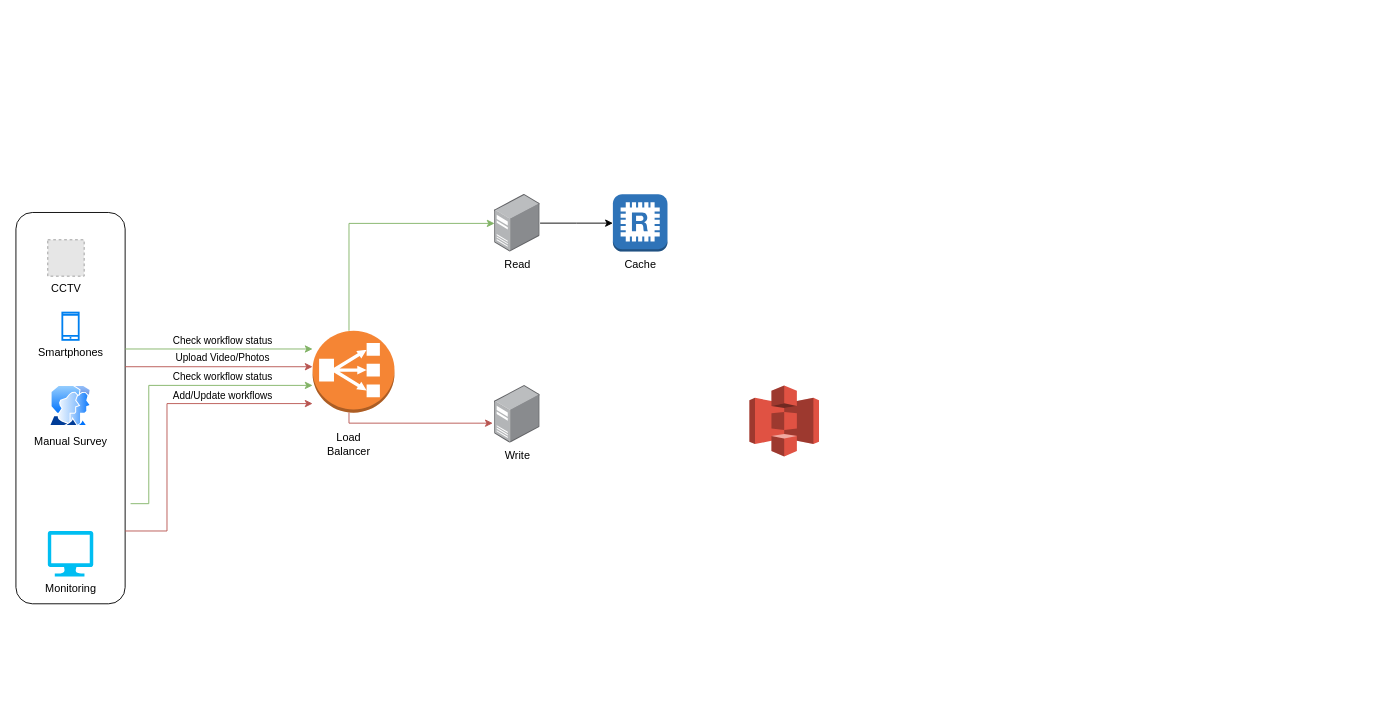
This is Untitled Diagram.drawio from cartmancodes/op-hastinapur, a draw.io file, before an edit. Source tidied: cells renumbered, new cells numbered last; positions are measured from the earlier drawing's top-left corner, leaving out a move shared by most shapes. Both pictures are drawn from the tidied source at 91%, with x=0, y=0 at pixel (15, 194). Pictures stored in the file or linked from it are replaced by grey dashed boxes.
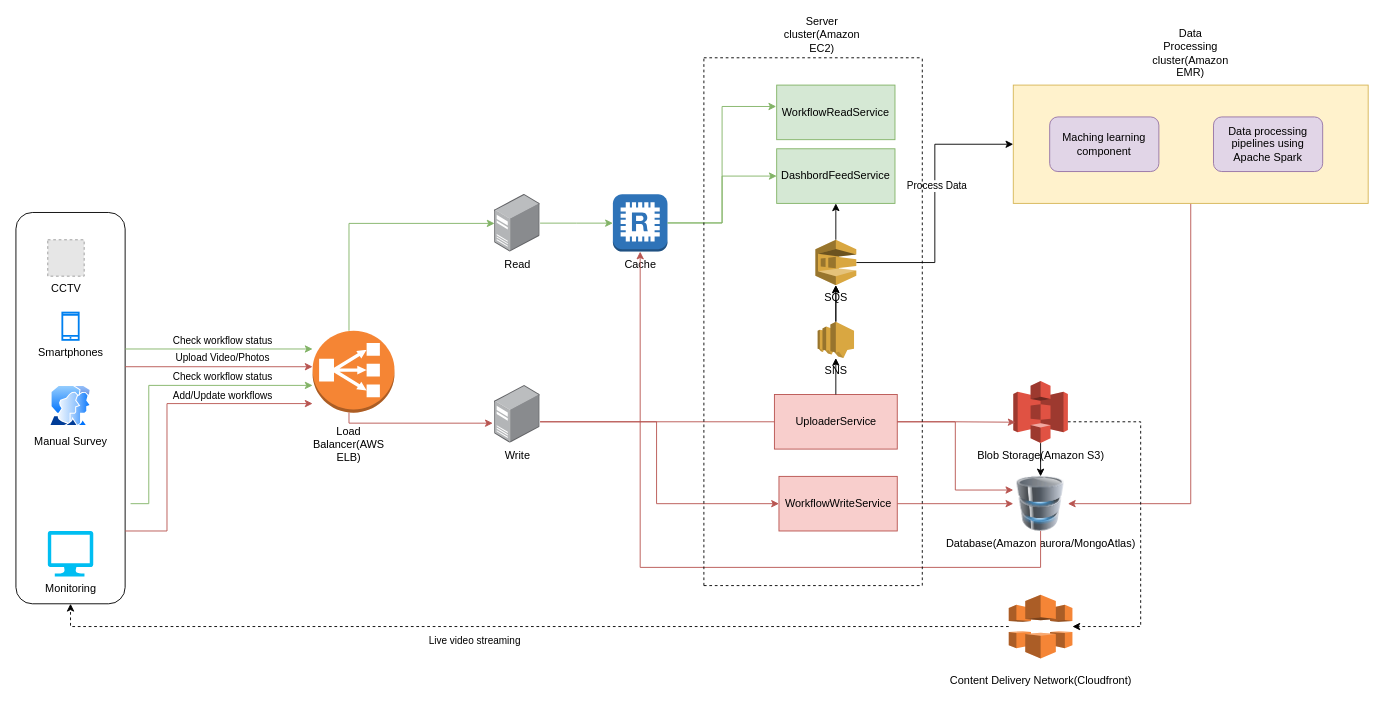
The same page after the edit.

Unchanged cells that the change refers to:
```xml
<mxCell id="4" value="Read" style="image;points=[];html=1;align=center;shadow=0;dashed=0;image=img/lib/allied_telesis/computer_and_terminals/Server_Desktop.svg;" parent="1" vertex="1">
  <mxGeometry x="526" width="50" height="63.4" as="geometry" />
</mxCell>
<mxCell id="5" value="Write" style="image;points=[];html=1;align=center;shadow=0;dashed=0;image=img/lib/allied_telesis/computer_and_terminals/Server_Desktop.svg;" parent="1" vertex="1">
  <mxGeometry x="526" y="210" width="50" height="63.4" as="geometry" />
</mxCell>
<mxCell id="6" value="Cache" style="outlineConnect=0;dashed=0;verticalLabelPosition=bottom;verticalAlign=top;align=center;html=1;shape=mxgraph.aws3.redis;fillColor=#2E73B8;gradientColor=none;" parent="1" vertex="1">
  <mxGeometry x="656" width="60" height="63" as="geometry" />
</mxCell>
<mxCell id="7" style="rounded=1;whiteSpace=wrap;html=1;" parent="1" vertex="1">
  <mxGeometry y="20" width="120" height="430" as="geometry" />
</mxCell>
```

The edit, as a diff of the source:
```diff
@@
-    <mxCell id="3" style="edgeStyle=orthogonalEdgeStyle;rounded=0;jettySize=auto;html=1;" parent="1" edge="1" source="4" target="6">
+    <mxCell id="3" style="edgeStyle=orthogonalEdgeStyle;rounded=0;jettySize=auto;html=1;fillColor=#d5e8d4;strokeColor=#82b366;" parent="1" edge="1" source="4" target="6">
       <mxGeometry relative="1" as="geometry">
         <Array as="points">
           <mxPoint x="616" y="32" />
           <mxPoint x="616" y="32" />
         </Array>
       </mxGeometry>
     </mxCell>
@@
+    <mxCell id="24" style="edgeStyle=orthogonalEdgeStyle;rounded=0;jettySize=auto;html=1;entryX=0;entryY=0.5;entryDx=0;entryDy=0;fillColor=#f8cecc;strokeColor=#b85450;" parent="1" edge="1" source="5" target="35">
+      <mxGeometry relative="1" as="geometry">
+        <Array as="points">
+          <mxPoint x="836" y="250" />
+        </Array>
+      </mxGeometry>
+    </mxCell>
+    <mxCell id="25" style="edgeStyle=orthogonalEdgeStyle;rounded=0;jettySize=auto;html=1;entryX=0;entryY=0.5;entryDx=0;entryDy=0;fillColor=#f8cecc;strokeColor=#b85450;" parent="1" edge="1" source="5" target="37">
+      <mxGeometry relative="1" as="geometry">
+        <Array as="points">
+          <mxPoint x="704" y="250" />
+          <mxPoint x="704" y="340" />
+        </Array>
+      </mxGeometry>
+    </mxCell>
@@
+    <mxCell id="26" style="edgeStyle=orthogonalEdgeStyle;rounded=0;jettySize=auto;html=1;fillColor=#d5e8d4;strokeColor=#82b366;" parent="1" edge="1" source="6" target="38">
+      <mxGeometry relative="1" as="geometry" />
+    </mxCell>
@@
-    <mxCell id="22" value="Load Balancer" style="text;html=1;align=center;verticalAlign=middle;whiteSpace=wrap;rounded=0;" parent="1" vertex="1">
+    <mxCell id="22" value="Load Balancer(AWS ELB)" style="text;html=1;align=center;verticalAlign=middle;whiteSpace=wrap;rounded=0;" parent="1" vertex="1">
       <mxGeometry x="336" y="260" width="60" height="30" as="geometry" />
     </mxCell>
+    <mxCell id="27" style="edgeStyle=orthogonalEdgeStyle;rounded=0;jettySize=auto;html=1;" parent="1" edge="1" source="23" target="28">
+      <mxGeometry relative="1" as="geometry" />
+    </mxCell>
-    <mxCell id="23" style="outlineConnect=0;dashed=0;verticalLabelPosition=bottom;verticalAlign=top;align=center;html=1;shape=mxgraph.aws3.s3;fillColor=#E05243;gradientColor=none;" parent="1" vertex="1">
-      <mxGeometry x="806" y="210" width="76.5" height="78.2" as="geometry" />
+    <mxCell id="23" value="Blob Storage(Amazon S3)" style="outlineConnect=0;dashed=0;verticalLabelPosition=bottom;verticalAlign=top;align=center;html=1;shape=mxgraph.aws3.s3;fillColor=#E05243;gradientColor=none;" parent="1" vertex="1">
+      <mxGeometry x="1096" y="205.2" width="60" height="68.2" as="geometry" />
     </mxCell>
+    <mxCell id="28" value="Database(Amazon aurora/MongoAtlas)" style="image;html=1;image=img/lib/clip_art/computers/Database_128x128.png;" parent="1" vertex="1">
+      <mxGeometry x="1096" y="310" width="60" height="60" as="geometry" />
+    </mxCell>
+    <mxCell id="29" style="edgeStyle=orthogonalEdgeStyle;rounded=0;jettySize=auto;html=1;entryX=0.5;entryY=1;entryDx=0;entryDy=0;dashed=1;" parent="1" edge="1" source="31" target="7">
+      <mxGeometry relative="1" as="geometry" />
+    </mxCell>
+    <mxCell id="30" value="Live video streaming" style="edgeLabel;html=1;align=center;verticalAlign=middle;" parent="29" vertex="1">
+      <mxGeometry x="0.11" y="-1" relative="1" as="geometry">
+        <mxPoint x="-2" y="16" as="offset" />
+      </mxGeometry>
+    </mxCell>
+    <mxCell id="31" style="outlineConnect=0;dashed=0;verticalLabelPosition=bottom;verticalAlign=top;align=center;html=1;shape=mxgraph.aws3.cloudfront;fillColor=#F58536;gradientColor=none;" parent="1" vertex="1">
+      <mxGeometry x="1091" y="440" width="70" height="70" as="geometry" />
+    </mxCell>
+    <mxCell id="32" value="Content Delivery Network(Cloudfront)" style="text;html=1;align=center;verticalAlign=middle;strokeColor=none;fillColor=none;" parent="1" vertex="1">
+      <mxGeometry x="1016" y="520" width="220" height="30" as="geometry" />
+    </mxCell>
+    <mxCell id="33" style="edgeStyle=orthogonalEdgeStyle;rounded=0;jettySize=auto;html=1;" parent="1" edge="1" source="47" target="43">
+      <mxGeometry relative="1" as="geometry" />
+    </mxCell>
+    <mxCell id="34" style="edgeStyle=orthogonalEdgeStyle;rounded=0;jettySize=auto;html=1;entryX=0;entryY=0.25;entryDx=0;entryDy=0;fillColor=#f8cecc;strokeColor=#b85450;" parent="1" edge="1" source="35" target="28">
+      <mxGeometry relative="1" as="geometry" />
+    </mxCell>
+    <mxCell id="35" value="UploaderService" style="rounded=0;whiteSpace=wrap;html=1;fillColor=#f8cecc;strokeColor=#b85450;" parent="1" vertex="1">
+      <mxGeometry x="833.5" y="220" width="135" height="60" as="geometry" />
+    </mxCell>
+    <mxCell id="36" style="edgeStyle=orthogonalEdgeStyle;rounded=0;jettySize=auto;html=1;entryX=0;entryY=0.5;entryDx=0;entryDy=0;fillColor=#f8cecc;strokeColor=#b85450;" parent="1" edge="1" source="37" target="28">
+      <mxGeometry relative="1" as="geometry" />
+    </mxCell>
+    <mxCell id="37" value="WorkflowWriteService" style="rounded=0;whiteSpace=wrap;html=1;fillColor=#f8cecc;strokeColor=#b85450;" parent="1" vertex="1">
+      <mxGeometry x="838.5" y="310" width="130" height="60" as="geometry" />
+    </mxCell>
+    <mxCell id="38" value="DashbordFeedService" style="rounded=0;whiteSpace=wrap;html=1;fillColor=#d5e8d4;strokeColor=#82b366;" parent="1" vertex="1">
+      <mxGeometry x="836" y="-50" width="130" height="60" as="geometry" />
+    </mxCell>
+    <mxCell id="39" style="edgeStyle=orthogonalEdgeStyle;rounded=0;jettySize=auto;html=1;" parent="1" edge="1" source="47" target="43">
+      <mxGeometry relative="1" as="geometry" />
+    </mxCell>
+    <mxCell id="40" style="edgeStyle=orthogonalEdgeStyle;rounded=0;jettySize=auto;html=1;" parent="1" edge="1" source="43" target="38">
+      <mxGeometry relative="1" as="geometry" />
+    </mxCell>
+    <mxCell id="41" style="edgeStyle=orthogonalEdgeStyle;rounded=0;jettySize=auto;html=1;entryX=0;entryY=0.5;entryDx=0;entryDy=0;" parent="1" edge="1" source="43" target="50">
+      <mxGeometry relative="1" as="geometry" />
+    </mxCell>
+    <mxCell id="42" value="Process Data" style="edgeLabel;html=1;align=center;verticalAlign=middle;" parent="41" vertex="1">
+      <mxGeometry x="0.13" y="-2" relative="1" as="geometry" />
+    </mxCell>
+    <mxCell id="43" value="SQS" style="outlineConnect=0;dashed=0;verticalLabelPosition=bottom;verticalAlign=top;align=center;html=1;shape=mxgraph.aws3.sqs;fillColor=#D9A741;gradientColor=none;" parent="1" vertex="1">
+      <mxGeometry x="878.5" y="50" width="45" height="50" as="geometry" />
+    </mxCell>
+    <mxCell id="44" value="WorkflowReadService" style="rounded=0;whiteSpace=wrap;html=1;fillColor=#d5e8d4;strokeColor=#82b366;" parent="1" vertex="1">
+      <mxGeometry x="836" y="-120" width="130" height="60" as="geometry" />
+    </mxCell>
+    <mxCell id="45" style="edgeStyle=orthogonalEdgeStyle;rounded=0;jettySize=auto;html=1;entryX=-0.004;entryY=0.392;entryDx=0;entryDy=0;entryPerimeter=0;fillColor=#d5e8d4;strokeColor=#82b366;" parent="1" edge="1" source="6" target="44">
+      <mxGeometry relative="1" as="geometry" />
+    </mxCell>
+    <mxCell id="46" style="edgeStyle=orthogonalEdgeStyle;rounded=0;jettySize=auto;html=1;" parent="1" edge="1" source="35" target="47">
+      <mxGeometry relative="1" as="geometry" />
+    </mxCell>
+    <mxCell id="47" value="SNS" style="outlineConnect=0;dashed=0;verticalLabelPosition=bottom;verticalAlign=top;align=center;html=1;shape=mxgraph.aws3.sns;fillColor=#D9A741;gradientColor=none;" parent="1" vertex="1">
+      <mxGeometry x="881" y="140" width="40" height="40" as="geometry" />
+    </mxCell>
+    <mxCell id="48" style="edgeStyle=orthogonalEdgeStyle;rounded=0;jettySize=auto;html=1;entryX=0.042;entryY=0.664;entryDx=0;entryDy=0;entryPerimeter=0;fillColor=#f8cecc;strokeColor=#b85450;" parent="1" edge="1" source="35" target="23">
+      <mxGeometry relative="1" as="geometry" />
+    </mxCell>
+    <mxCell id="49" style="edgeStyle=orthogonalEdgeStyle;rounded=0;jettySize=auto;html=1;entryX=1;entryY=0.5;entryDx=0;entryDy=0;fillColor=#f8cecc;strokeColor=#b85450;" parent="1" edge="1" source="50" target="28">
+      <mxGeometry relative="1" as="geometry" />
+    </mxCell>
+    <mxCell id="50" style="rounded=0;whiteSpace=wrap;html=1;fillColor=#fff2cc;strokeColor=#d6b656;" parent="1" vertex="1">
+      <mxGeometry x="1096" y="-120" width="390" height="130" as="geometry" />
+    </mxCell>
+    <mxCell id="51" value="Maching learning component" style="rounded=1;whiteSpace=wrap;html=1;fillColor=#e1d5e7;strokeColor=#9673a6;" parent="1" vertex="1">
+      <mxGeometry x="1136" y="-85" width="120" height="60" as="geometry" />
+    </mxCell>
+    <mxCell id="52" value="Data processing pipelines using Apache Spark" style="rounded=1;whiteSpace=wrap;html=1;fillColor=#e1d5e7;strokeColor=#9673a6;" parent="1" vertex="1">
+      <mxGeometry x="1316" y="-85" width="120" height="60" as="geometry" />
+    </mxCell>
+    <mxCell id="53" value="Data Processing cluster(Amazon EMR)" style="text;html=1;align=center;verticalAlign=middle;whiteSpace=wrap;rounded=0;" parent="1" vertex="1">
+      <mxGeometry x="1261" y="-170" width="60" height="30" as="geometry" />
+    </mxCell>
+    <mxCell id="54" style="edgeStyle=orthogonalEdgeStyle;rounded=0;jettySize=auto;html=1;entryX=0.5;entryY=1;entryDx=0;entryDy=0;entryPerimeter=0;fillColor=#f8cecc;strokeColor=#b85450;" parent="1" edge="1" source="28" target="6">
+      <mxGeometry relative="1" as="geometry">
+        <Array as="points">
+          <mxPoint x="1126" y="410" />
+          <mxPoint x="686" y="410" />
+        </Array>
+      </mxGeometry>
+    </mxCell>
+    <mxCell id="55" style="endArrow=none;dashed=1;html=1;rounded=0;" parent="1" edge="1">
+      <mxGeometry relative="1" as="geometry">
+        <mxPoint x="756" y="430" as="sourcePoint" />
+        <mxPoint x="756" y="-150" as="targetPoint" />
+      </mxGeometry>
+    </mxCell>
+    <mxCell id="56" style="endArrow=none;dashed=1;html=1;rounded=0;" parent="1" edge="1">
+      <mxGeometry relative="1" as="geometry">
+        <mxPoint x="756" y="-150" as="sourcePoint" />
+        <mxPoint x="996" y="-150" as="targetPoint" />
+      </mxGeometry>
+    </mxCell>
+    <mxCell id="57" style="endArrow=none;dashed=1;html=1;rounded=0;" parent="1" edge="1">
+      <mxGeometry relative="1" as="geometry">
+        <mxPoint x="996" y="430" as="sourcePoint" />
+        <mxPoint x="996" y="-150" as="targetPoint" />
+      </mxGeometry>
+    </mxCell>
+    <mxCell id="58" style="endArrow=none;dashed=1;html=1;rounded=0;" parent="1" edge="1">
+      <mxGeometry relative="1" as="geometry">
+        <mxPoint x="756" y="430" as="sourcePoint" />
+        <mxPoint x="996" y="430" as="targetPoint" />
+      </mxGeometry>
+    </mxCell>
+    <mxCell id="59" value="Server cluster(Amazon EC2)" style="text;html=1;align=center;verticalAlign=middle;whiteSpace=wrap;rounded=0;" parent="1" vertex="1">
+      <mxGeometry x="856" y="-190" width="60" height="30" as="geometry" />
+    </mxCell>
+    <mxCell id="60" style="edgeStyle=orthogonalEdgeStyle;rounded=0;jettySize=auto;html=1;entryX=1;entryY=0.5;entryDx=0;entryDy=0;entryPerimeter=0;dashed=1;" parent="1" edge="1" source="23" target="31">
+      <mxGeometry relative="1" as="geometry">
+        <Array as="points">
+          <mxPoint x="1236" y="250" />
+          <mxPoint x="1236" y="475" />
+        </Array>
+      </mxGeometry>
+    </mxCell>
```
